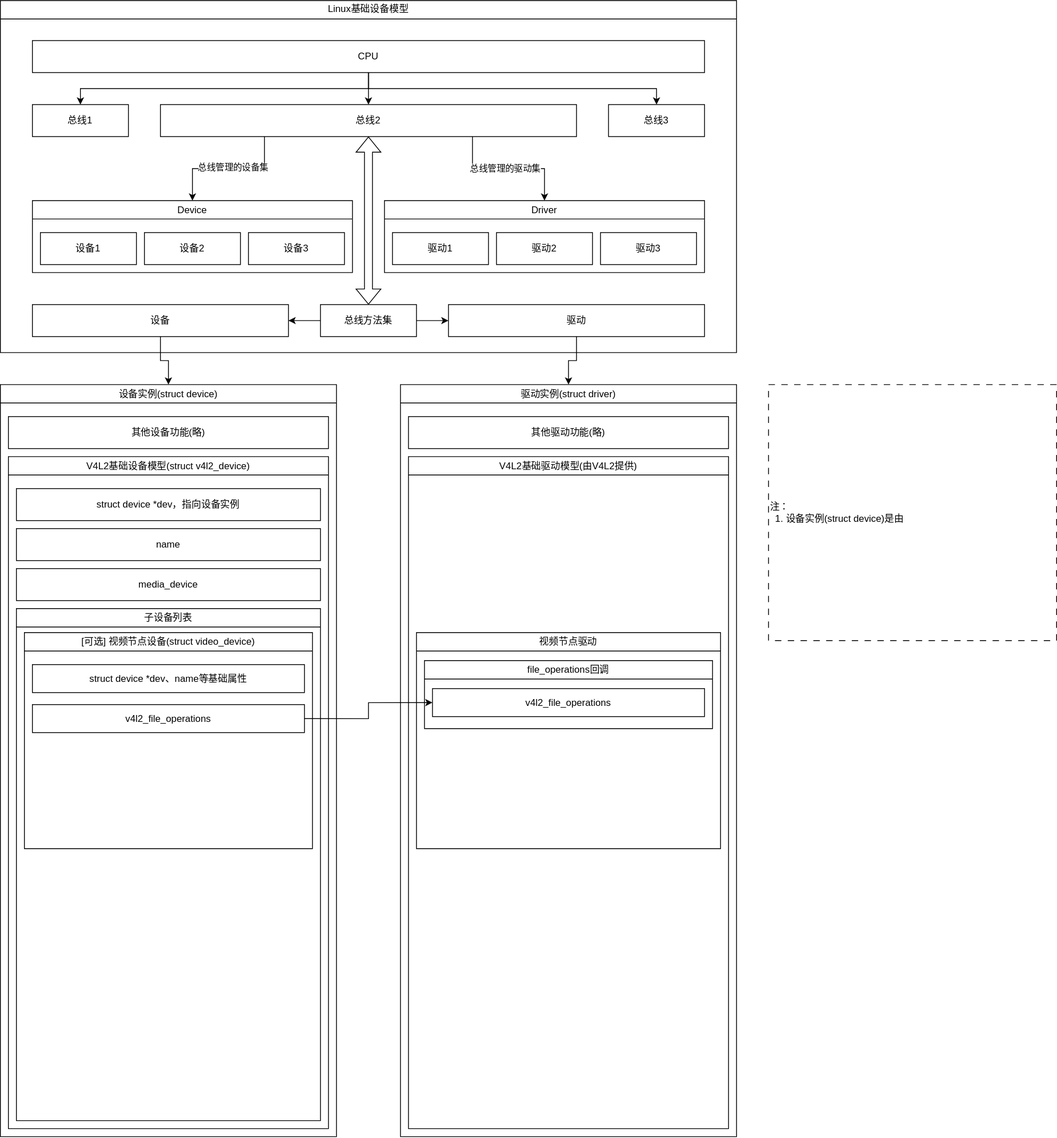
The draw.io diagram Linux内核原理及其开发/Resources/V4L2设备模型概览.drawio.svg in h13-0/Notebooks, before a commit. Source tidied: cells renumbered, new cells last; positions are measured from the earlier drawing's top-left corner, leaving out a move shared by most shapes.
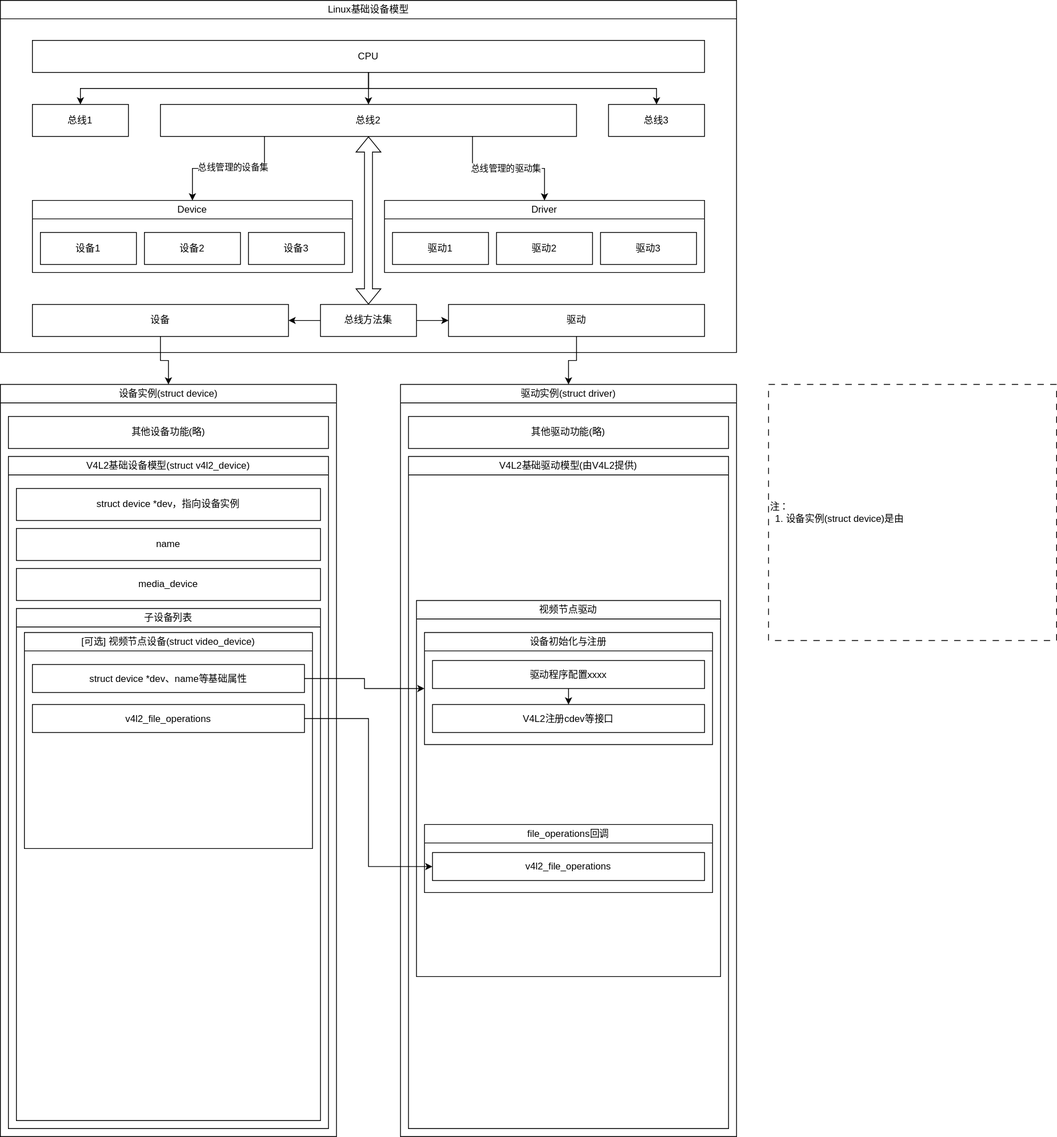
The same diagram one commit later.

Commit message:
vault backup: 2025-05-11 20:12:09

Diff of the diagram source:
```diff
@@ -42,14 +42,26 @@
       <mxGeometry x="10" y="90" width="400" height="840" as="geometry" />
     </mxCell>
     <mxCell id="15" value="&lt;span style=&quot;font-weight: 400;&quot;&gt;视频节点驱动&lt;/span&gt;" style="swimlane;whiteSpace=wrap;html=1;" parent="14" vertex="1">
-      <mxGeometry x="10" y="220" width="380" height="270" as="geometry" />
+      <mxGeometry x="10" y="180" width="380" height="470" as="geometry" />
     </mxCell>
     <mxCell id="16" value="&lt;span style=&quot;font-weight: normal;&quot;&gt;file_operations回调&lt;/span&gt;" style="swimlane;whiteSpace=wrap;html=1;" parent="15" vertex="1">
-      <mxGeometry x="10" y="35" width="360" height="85" as="geometry" />
+      <mxGeometry x="10" y="280" width="360" height="85" as="geometry" />
     </mxCell>
     <mxCell id="17" value="v4l2_file_operations" style="rounded=0;whiteSpace=wrap;html=1;" parent="16" vertex="1">
       <mxGeometry x="10" y="35" width="340" height="35" as="geometry" />
     </mxCell>
+    <mxCell id="48" value="&lt;span style=&quot;font-weight: normal;&quot;&gt;设备初始化与注册&lt;/span&gt;" style="swimlane;whiteSpace=wrap;html=1;" parent="15" vertex="1">
+      <mxGeometry x="10" y="40" width="360" height="140" as="geometry" />
+    </mxCell>
+    <mxCell id="49" style="edgeStyle=orthogonalEdgeStyle;rounded=0;jettySize=auto;html=1;exitX=0.5;exitY=1;exitDx=0;exitDy=0;entryX=0.5;entryY=0;entryDx=0;entryDy=0;" parent="48" edge="1" source="50" target="51">
+      <mxGeometry relative="1" as="geometry" />
+    </mxCell>
+    <mxCell id="50" value="驱动程序配置xxxx" style="rounded=0;whiteSpace=wrap;html=1;" parent="48" vertex="1">
+      <mxGeometry x="10" y="35" width="340" height="35" as="geometry" />
+    </mxCell>
+    <mxCell id="51" value="V4L2注册cdev等接口" style="rounded=0;whiteSpace=wrap;html=1;" parent="48" vertex="1">
+      <mxGeometry x="10" y="90" width="340" height="35" as="geometry" />
+    </mxCell>
     <mxCell id="18" value="&lt;span style=&quot;font-weight: normal;&quot;&gt;Linux基础设备模型&lt;/span&gt;" style="swimlane;whiteSpace=wrap;html=1;" parent="1" vertex="1">
       <mxGeometry width="920" height="440" as="geometry" />
     </mxCell>
@@ -146,5 +158,8 @@
     <mxCell id="47" value="注：&lt;div&gt;&lt;ol style=&quot;padding-left: 20px; margin-top: 0px; margin-bottom: 0px;&quot;&gt;&lt;li&gt;设备实例(struct device)是由&lt;/li&gt;&lt;/ol&gt;&lt;/div&gt;" style="rounded=0;whiteSpace=wrap;html=1;dashed=1;dashPattern=8 8;align=left;" parent="1" vertex="1">
       <mxGeometry x="960" y="480" width="360" height="320" as="geometry" />
     </mxCell>
+    <mxCell id="52" style="edgeStyle=orthogonalEdgeStyle;rounded=0;jettySize=auto;html=1;exitX=1;exitY=0.5;exitDx=0;exitDy=0;entryX=0;entryY=0.5;entryDx=0;entryDy=0;" parent="1" edge="1" source="10" target="48">
+      <mxGeometry relative="1" as="geometry" />
+    </mxCell>
   </root>
 </mxGraphModel>
```
